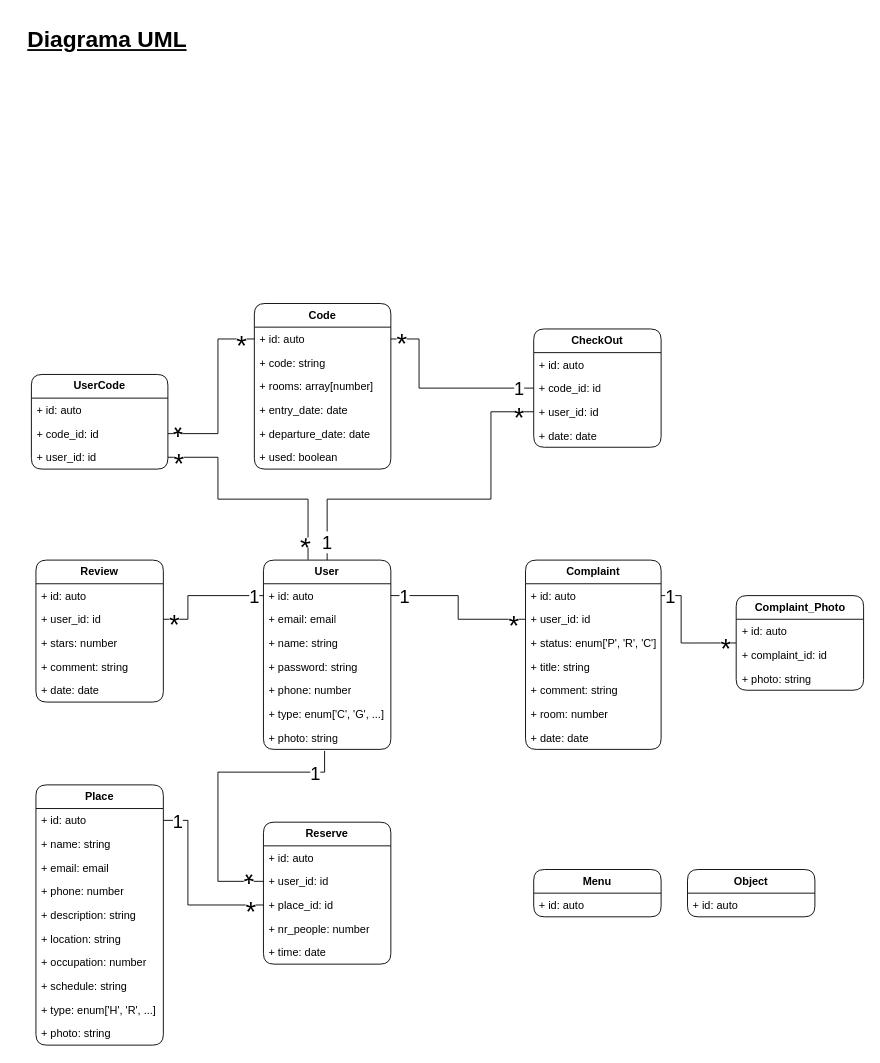
Before: page "Diagrama UML" (1 of 2) of HappyGuest.drawio in Happy-Guest/HG-Notes, a draw.io diagram. Source tidied: cells renumbered, new cells numbered last; positions are measured from the earlier drawing's top-left corner, leaving out a move shared by most shapes. Both pictures are drawn from the tidied source at 91%, with x=0, y=0 at pixel (15, 15).
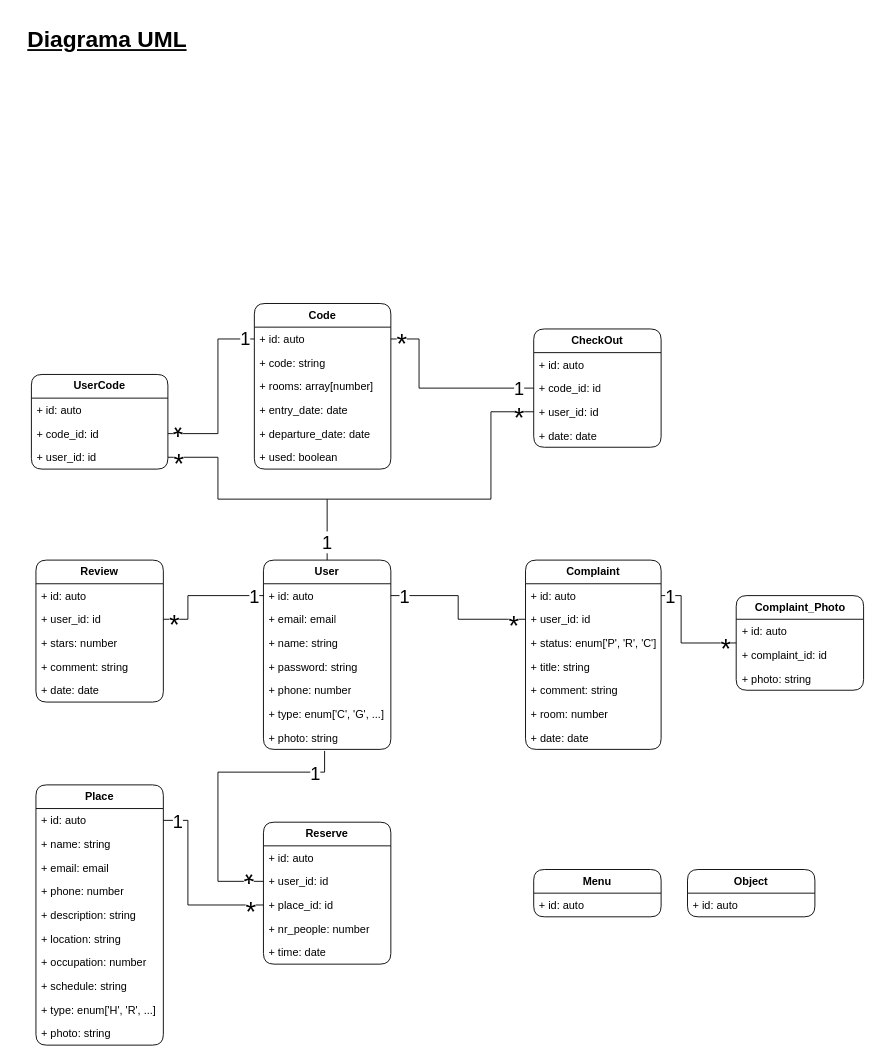
After the change.

Unchanged cells that the change refers to:
```xml
<mxCell id="2" value="&lt;b&gt;User&lt;/b&gt;" style="swimlane;fontStyle=0;horizontal=1;startSize=26;fillColor=none;whiteSpace=wrap;html=1;perimeterSpacing=0;rounded=1;" parent="1" vertex="1">
  <mxGeometry x="272" y="598" width="140" height="208" as="geometry" />
</mxCell>
<mxCell id="86" value="+ user_id: id" style="text;strokeColor=none;fillColor=none;align=left;verticalAlign=top;spacingLeft=4;spacingRight=4;overflow=hidden;points=[[0,0.5],[1,0.5]];portConstraint=eastwest;whiteSpace=wrap;html=1;" parent="83" vertex="1">
  <mxGeometry y="78" width="150" height="26" as="geometry" />
</mxCell>
```

Diff of the diagram source:
```diff
@@
-    <mxCell id="88" style="edgeStyle=orthogonalEdgeStyle;rounded=0;jettySize=auto;html=1;endArrow=none;endFill=0;entryX=0.35;entryY=-0.002;entryDx=0;entryDy=0;entryPerimeter=0;exitX=1;exitY=0.5;exitDx=0;exitDy=0;" parent="1" edge="1" source="86" target="2">
+    <mxCell id="88" style="edgeStyle=orthogonalEdgeStyle;rounded=0;jettySize=auto;html=1;endArrow=none;endFill=0;exitX=1;exitY=0.5;exitDx=0;exitDy=0;" parent="1" edge="1" source="86">
       <mxGeometry relative="1" as="geometry">
+        <mxPoint x="342" y="531" as="targetPoint" />
         <Array as="points">
           <mxPoint x="222" y="485" />
           <mxPoint x="222" y="531" />
           <mxPoint x="321" y="531" />
         </Array>
       </mxGeometry>
     </mxCell>
-    <mxCell id="89" value="&lt;font style=&quot;font-size: 30px;&quot;&gt;*&lt;/font&gt;" style="edgeLabel;html=1;align=center;verticalAlign=middle;rotation=80;" parent="1" vertex="1">
-      <mxGeometry x="315" y="579" as="geometry" />
-    </mxCell>
@@
-    <mxCell id="92" value="&lt;font style=&quot;font-size: 30px;&quot;&gt;*&lt;/font&gt;" style="edgeLabel;html=1;align=center;verticalAlign=middle;" parent="1" vertex="1">
-      <mxGeometry x="247" y="361" as="geometry" />
-    </mxCell>
+    <mxCell id="93" value="&lt;font style=&quot;font-size: 20px;&quot;&gt;1&lt;/font&gt;" style="edgeLabel;html=1;align=center;verticalAlign=middle;" parent="1" vertex="1">
+      <mxGeometry x="251" y="353" as="geometry" />
+    </mxCell>
```
